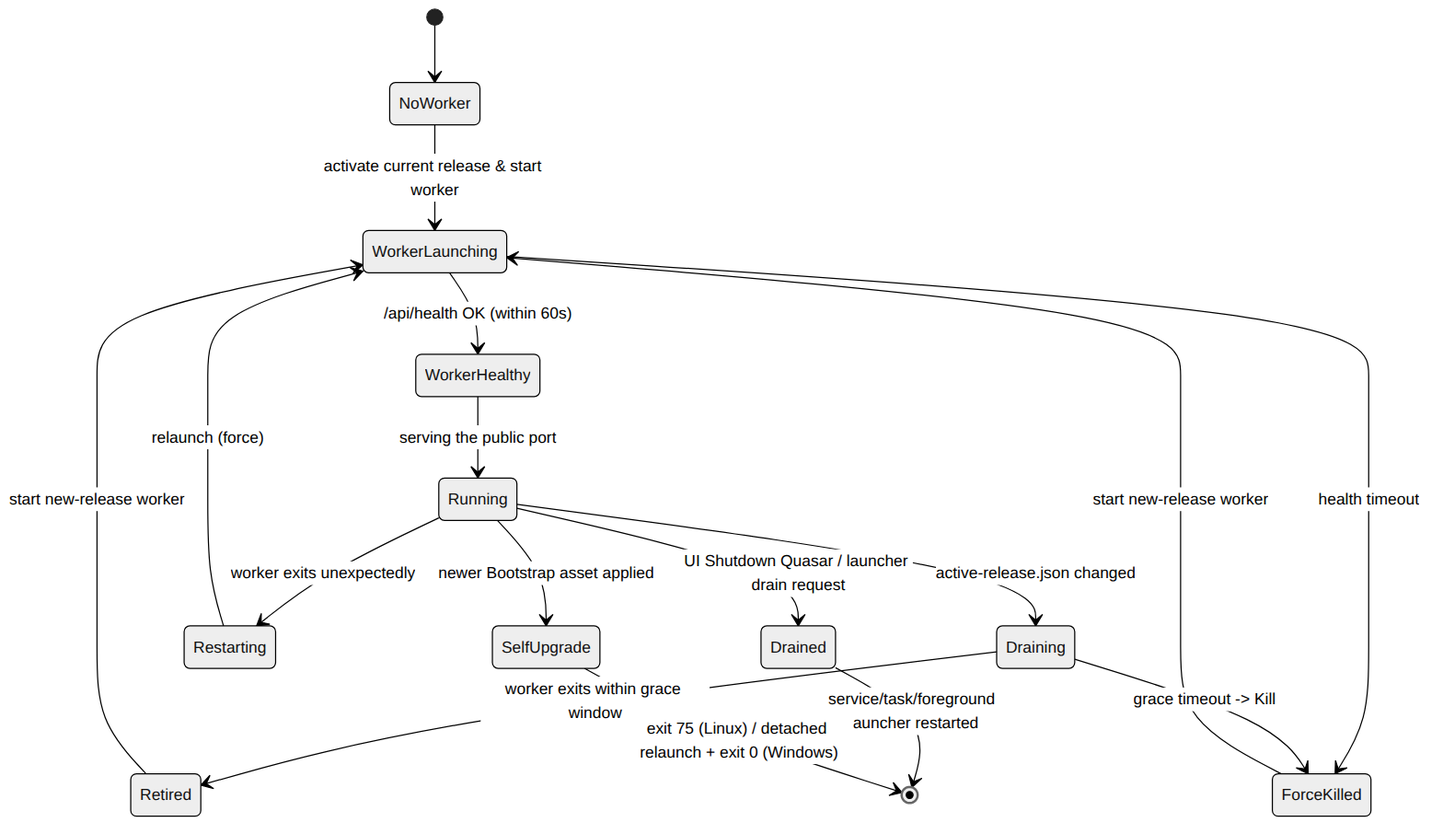
Earlier version of the Mermaid export Docs/StateMachines/diagrams/bootstrap-cutover.png (CometWorks/quasar). Its source is kept beside it as Docs/StateMachines/diagrams/bootstrap-cutover.mmd. Its diagram source:
```mermaid
stateDiagram-v2
    [*] --> NoWorker
    NoWorker --> WorkerLaunching: activate current release & start worker
    WorkerLaunching --> WorkerHealthy: /api/health OK (within 60s)
    WorkerLaunching --> ForceKilled: health timeout
    WorkerHealthy --> Running: serving the public port
    Running --> Draining: active-release.json changed
    Draining --> Retired: worker exits within grace window
    Draining --> ForceKilled: grace timeout -> Kill
    Retired --> WorkerLaunching: start new-release worker
    ForceKilled --> WorkerLaunching: start new-release worker
    Running --> Restarting: worker exits unexpectedly
    Restarting --> WorkerLaunching: relaunch (force)
    Running --> Drained: UI Shutdown Quasar / launcher drain request
    Drained --> [*]: service/task/foreground launcher restarted
    Running --> SelfUpgrade: newer Bootstrap asset applied
    SelfUpgrade --> [*]: exit 75 (Linux) / detached relaunch + exit 0 (Windows)
```
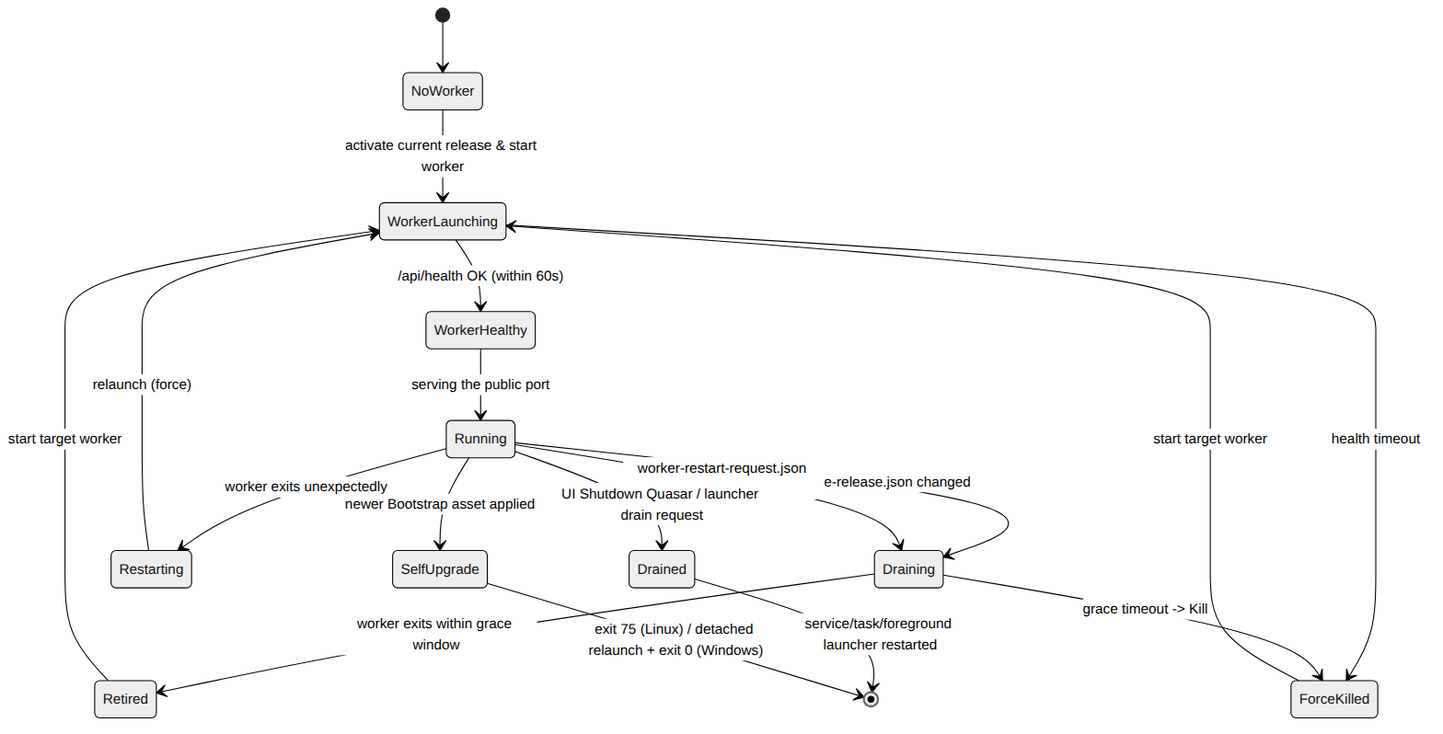
The same diagram one commit later.

Commit message:
fix(ui-plugins): restart through Bootstrap (#118)

What changed in the source:
```diff
@@ -5,10 +5,11 @@
     WorkerLaunching --> ForceKilled: health timeout
     WorkerHealthy --> Running: serving the public port
     Running --> Draining: active-release.json changed
+    Running --> Draining: worker-restart-request.json consumed
     Draining --> Retired: worker exits within grace window
     Draining --> ForceKilled: grace timeout -> Kill
-    Retired --> WorkerLaunching: start new-release worker
-    ForceKilled --> WorkerLaunching: start new-release worker
+    Retired --> WorkerLaunching: start target worker
+    ForceKilled --> WorkerLaunching: start target worker
     Running --> Restarting: worker exits unexpectedly
     Restarting --> WorkerLaunching: relaunch (force)
     Running --> Drained: UI Shutdown Quasar / launcher drain request
```
